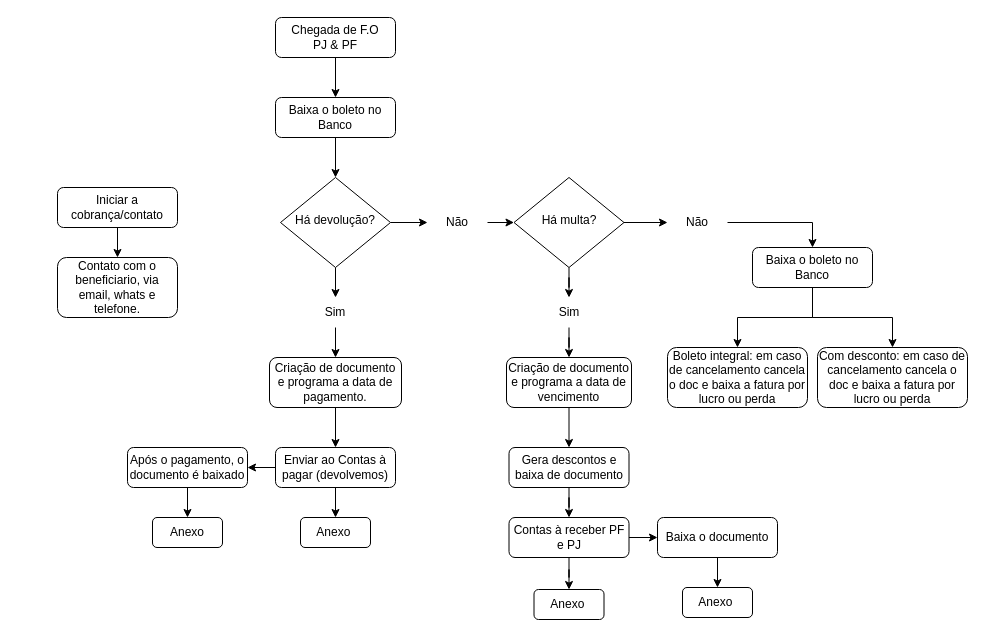
Before: portfolio/fluxo financeiro.drawio in OLuizArruda/alura, a draw.io diagram. Source tidied: cells renumbered, new cells numbered last; positions are measured from the earlier drawing's top-left corner, leaving out a move shared by most shapes. Both pictures are drawn from the tidied source at 100%, with x=0, y=0 at pixel (57, 17).
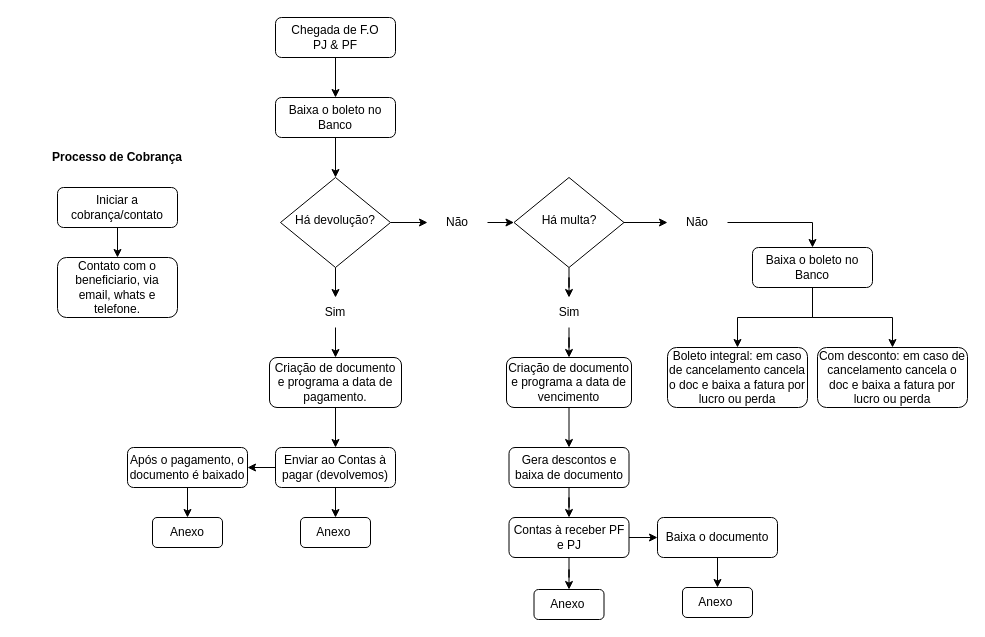
After the change.

Change to the diagram source:
```diff
@@
+    <mxCell id="48" value="&lt;b&gt;Processo de Cobrança&lt;/b&gt;" style="text;html=1;strokeColor=none;fillColor=none;align=center;verticalAlign=middle;whiteSpace=wrap;rounded=0;" parent="1" vertex="1">
+      <mxGeometry x="-40" y="120" width="200" height="40" as="geometry" />
+    </mxCell>
```
